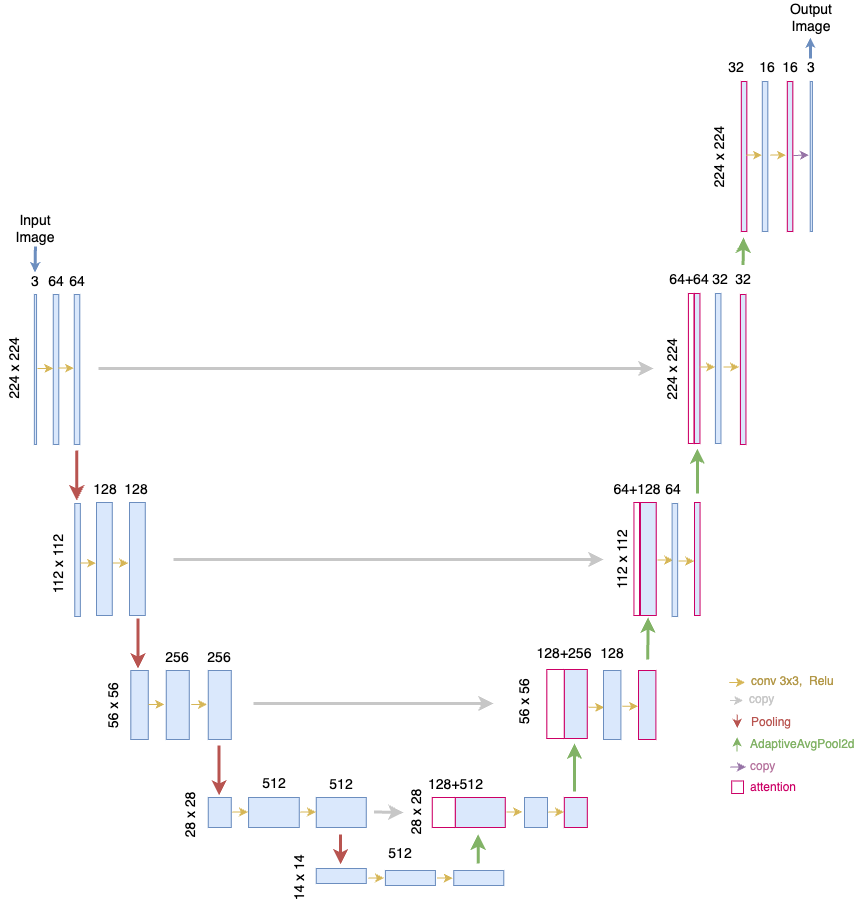
This is docs/images/unet.png from aidl-upc-2024-clothes-extractor/clothes-extractor, a draw.io export, as it was before one commit. Source tidied: cells renumbered, new cells last; positions are measured from the earlier drawing's top-left corner, leaving out a move shared by most shapes.
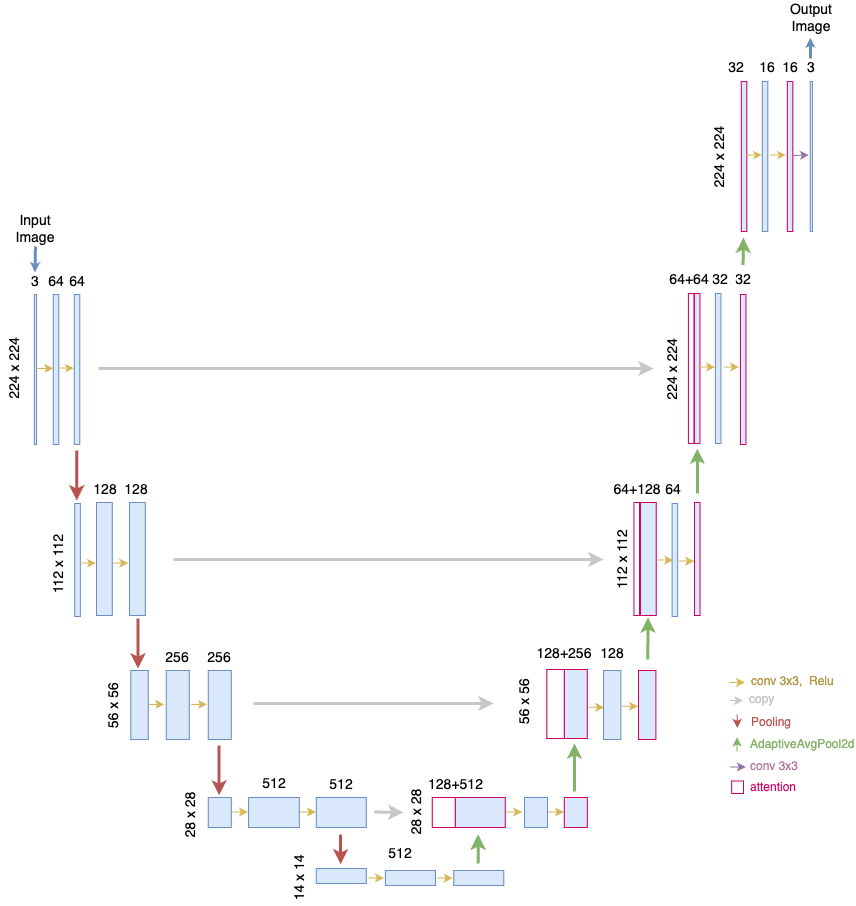
Above is the later version.

Commit message:
fix UNET diagram

Diff of the diagram source:
```diff
@@ -392,7 +392,7 @@
     <mxCell id="93" value="&lt;font color=&quot;#82b366&quot;&gt;AdaptiveAvgPool2d&lt;/font&gt;" style="text;html=1;align=left;verticalAlign=middle;whiteSpace=wrap;rounded=0;" parent="1" vertex="1">
       <mxGeometry x="773.6" y="733.5" width="94" height="16" as="geometry" />
     </mxCell>
-    <mxCell id="94" value="&lt;font color=&quot;#b5739d&quot;&gt;copy&lt;/font&gt;" style="text;html=1;align=left;verticalAlign=middle;whiteSpace=wrap;rounded=0;" parent="1" vertex="1">
+    <mxCell id="94" value="&lt;font color=&quot;#b5739d&quot;&gt;conv 3x3&lt;/font&gt;" style="text;html=1;align=left;verticalAlign=middle;whiteSpace=wrap;rounded=0;" parent="1" vertex="1">
       <mxGeometry x="773.6" y="756" width="94" height="16" as="geometry" />
     </mxCell>
     <mxCell id="95" style="rounded=0;whiteSpace=wrap;html=1;fillColor=#dae8fc;strokeColor=#6c8ebf;perimeterSpacing=3;" parent="1" vertex="1">
```
